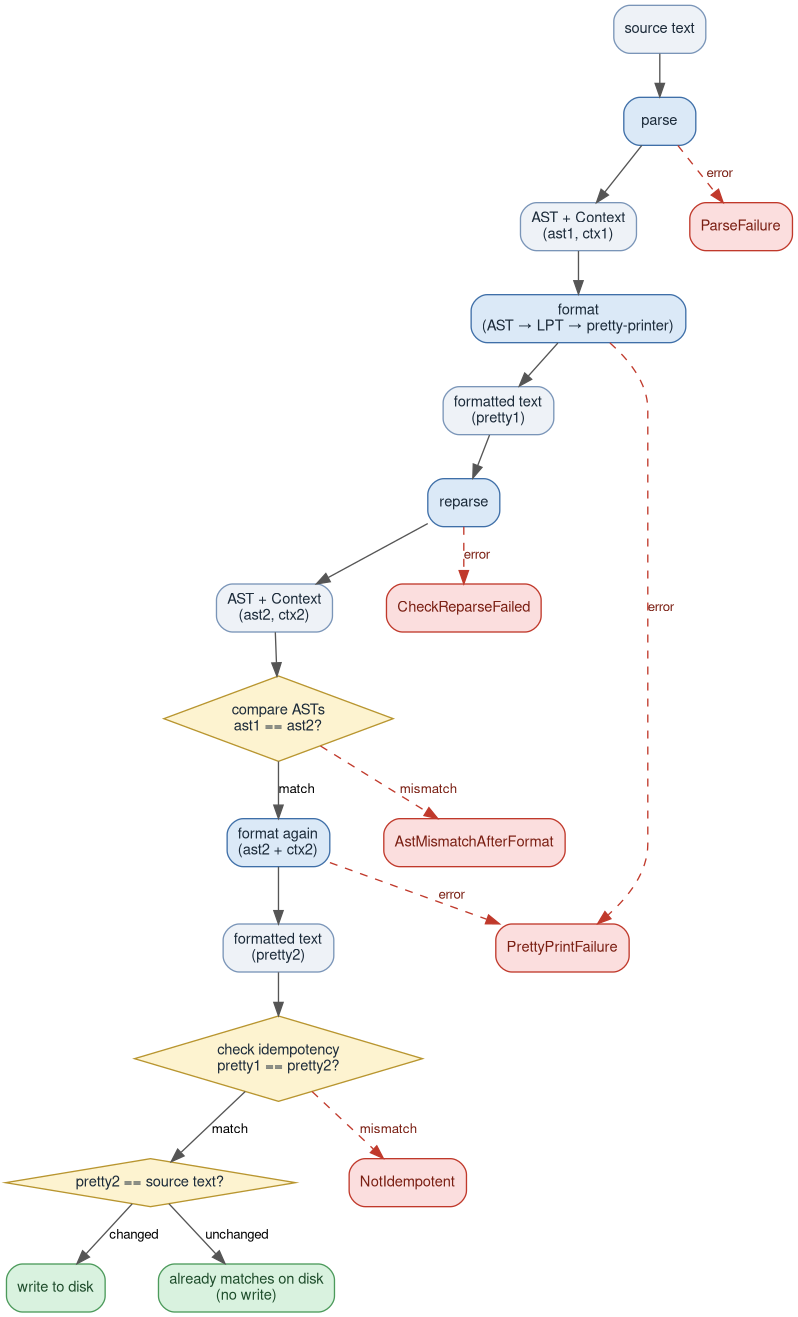
The Graphviz diagram docs/diagrams/standard-pipeline.png in gilramir/gren-format, before a commit. Its source is kept beside it as docs/diagrams/standard-pipeline.dot. Its diagram source:
```dot
digraph StandardPipeline {
    rankdir=TB;
    bgcolor="white";
    fontname="Helvetica,Arial,sans-serif";
    fontsize=12;
    ranksep=0.45;
    nodesep=0.55;

    node [fontname="Helvetica,Arial,sans-serif", fontsize=11];
    edge [fontname="Helvetica,Arial,sans-serif", fontsize=10, color="#555555"];

    node [shape=box, style="rounded,filled", fillcolor="#eef2f7", color="#7a95b8", fontcolor="#1c2b3a"];
    source  [label="source text"];
    ast1    [label="AST + Context\n(ast1, ctx1)"];
    pretty1 [label="formatted text\n(pretty1)"];
    ast2    [label="AST + Context\n(ast2, ctx2)"];
    pretty2 [label="formatted text\n(pretty2)"];

    node [fillcolor="#d9f2df", color="#4c9a5b", fontcolor="#1f4d2c"];
    diskwrite [label="write to disk"];
    noopWrite [label="already matches on disk\n(no write)"];

    node [shape=box, style="rounded,filled", fillcolor="#dbe9f7", color="#3f6fa8", fontcolor="#1c2b3a"];
    parse   [label="parse"];
    format1 [label="format\n(AST → LPT → pretty-printer)"];
    reparse [label="reparse"];
    format2 [label="format again\n(ast2 + ctx2)"];

    node [shape=diamond, style=filled, fillcolor="#fdf3d0", color="#b8952f", fontcolor="#1c2b3a"];
    compareAst  [label="compare ASTs\nast1 == ast2?"];
    checkIdem   [label="check idempotency\npretty1 == pretty2?"];
    checkOnDisk [label="pretty2 == source text?"];

    node [shape=box, style="rounded,filled", fillcolor="#fbdede", color="#c0392b", fontcolor="#7a1f13"];
    parseFail    [label="ParseFailure"];
    prettyFail   [label="PrettyPrintFailure"];
    reparseFail  [label="CheckReparseFailed"];
    mismatchFail [label="AstMismatchAfterFormat"];
    idemFail     [label="NotIdempotent"];

    source -> parse;
    parse  -> ast1;
    ast1   -> format1;
    format1 -> pretty1;
    pretty1 -> reparse;
    reparse -> ast2;
    ast2 -> compareAst;
    compareAst -> format2 [label="match"];
    format2 -> pretty2;
    pretty2 -> checkIdem;
    checkIdem -> checkOnDisk [label="match"];
    checkOnDisk -> noopWrite [label="unchanged"];
    checkOnDisk -> diskwrite [label="changed"];

    parse      -> parseFail    [style=dashed, color="#c0392b", fontcolor="#7a1f13", label="error"];
    format1    -> prettyFail   [style=dashed, color="#c0392b", fontcolor="#7a1f13", label="error"];
    reparse    -> reparseFail  [style=dashed, color="#c0392b", fontcolor="#7a1f13", label="error"];
    compareAst -> mismatchFail [style=dashed, color="#c0392b", fontcolor="#7a1f13", label="mismatch"];
    format2    -> prettyFail   [style=dashed, color="#c0392b", fontcolor="#7a1f13", label="error"];
    checkIdem  -> idemFail     [style=dashed, color="#c0392b", fontcolor="#7a1f13", label="mismatch"];

    { rank=same; ast1; parseFail }
    { rank=same; ast2; reparseFail }
    { rank=same; format2; mismatchFail }
    { rank=same; checkOnDisk; idemFail }
    { rank=same; diskwrite; noopWrite }
}
```
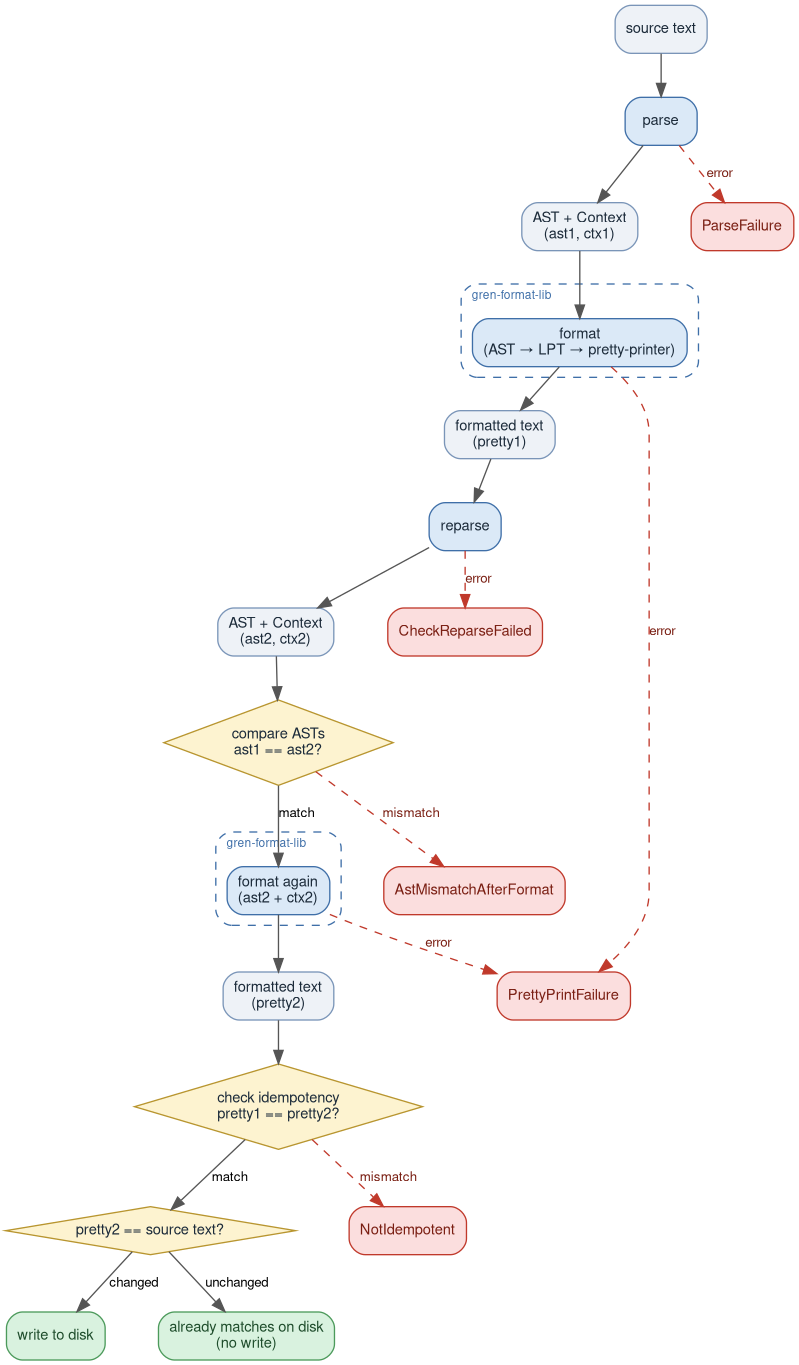
The same file after the commit.

Commit message:
diagrams: mark both format passes as gren-format-lib

What changed in the source:
```diff
@@ -22,9 +22,30 @@
 
     node [shape=box, style="rounded,filled", fillcolor="#dbe9f7", color="#3f6fa8", fontcolor="#1c2b3a"];
     parse   [label="parse"];
-    format1 [label="format\n(AST → LPT → pretty-printer)"];
+
+    subgraph cluster_lib_format1 {
+        label="gren-format-lib";
+        labeljust=l;
+        fontsize=9;
+        fontcolor="#3f6fa8";
+        color="#3f6fa8";
+        style="rounded,dashed";
+        margin=8;
+        format1 [label="format\n(AST → LPT → pretty-printer)"];
+    }
+
     reparse [label="reparse"];
-    format2 [label="format again\n(ast2 + ctx2)"];
+
+    subgraph cluster_lib_format2 {
+        label="gren-format-lib";
+        labeljust=l;
+        fontsize=9;
+        fontcolor="#3f6fa8";
+        color="#3f6fa8";
+        style="rounded,dashed";
+        margin=8;
+        format2 [label="format again\n(ast2 + ctx2)"];
+    }
 
     node [shape=diamond, style=filled, fillcolor="#fdf3d0", color="#b8952f", fontcolor="#1c2b3a"];
     compareAst  [label="compare ASTs\nast1 == ast2?"];
@@ -61,7 +82,6 @@
 
     { rank=same; ast1; parseFail }
     { rank=same; ast2; reparseFail }
-    { rank=same; format2; mismatchFail }
     { rank=same; checkOnDisk; idemFail }
     { rank=same; diskwrite; noopWrite }
 }
```
